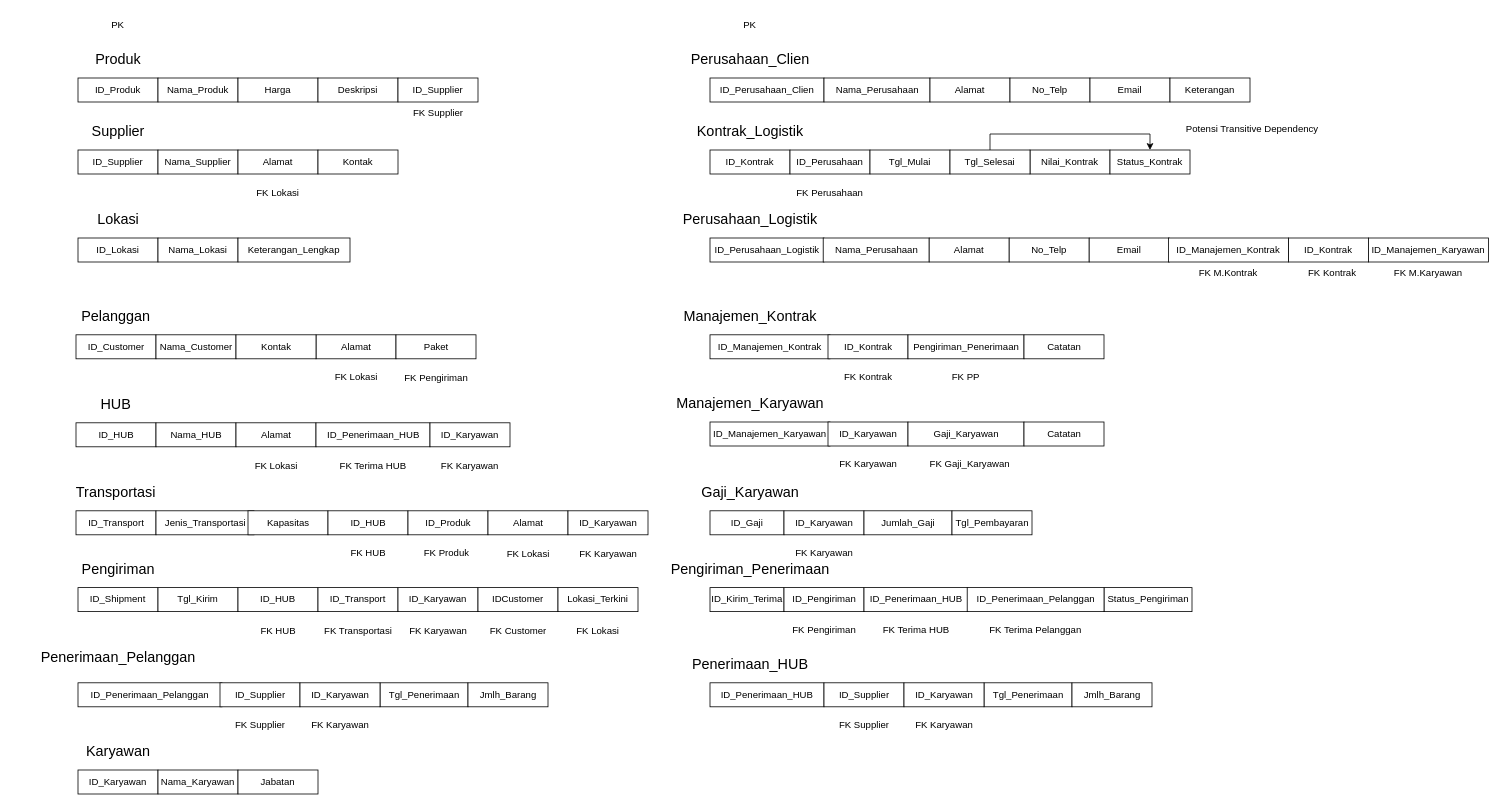
Earlier version of the draw.io diagram page "Schema Data Model" (2 of 11) of logistic-management-system.drawio (Firzh/semester-3). Source tidied: cells renumbered, new cells numbered last; positions are measured from the earlier drawing's top-left corner, leaving out a move shared by most shapes. Both pictures are drawn from the tidied source at 80%, with x=0, y=0 at pixel (14, 14).
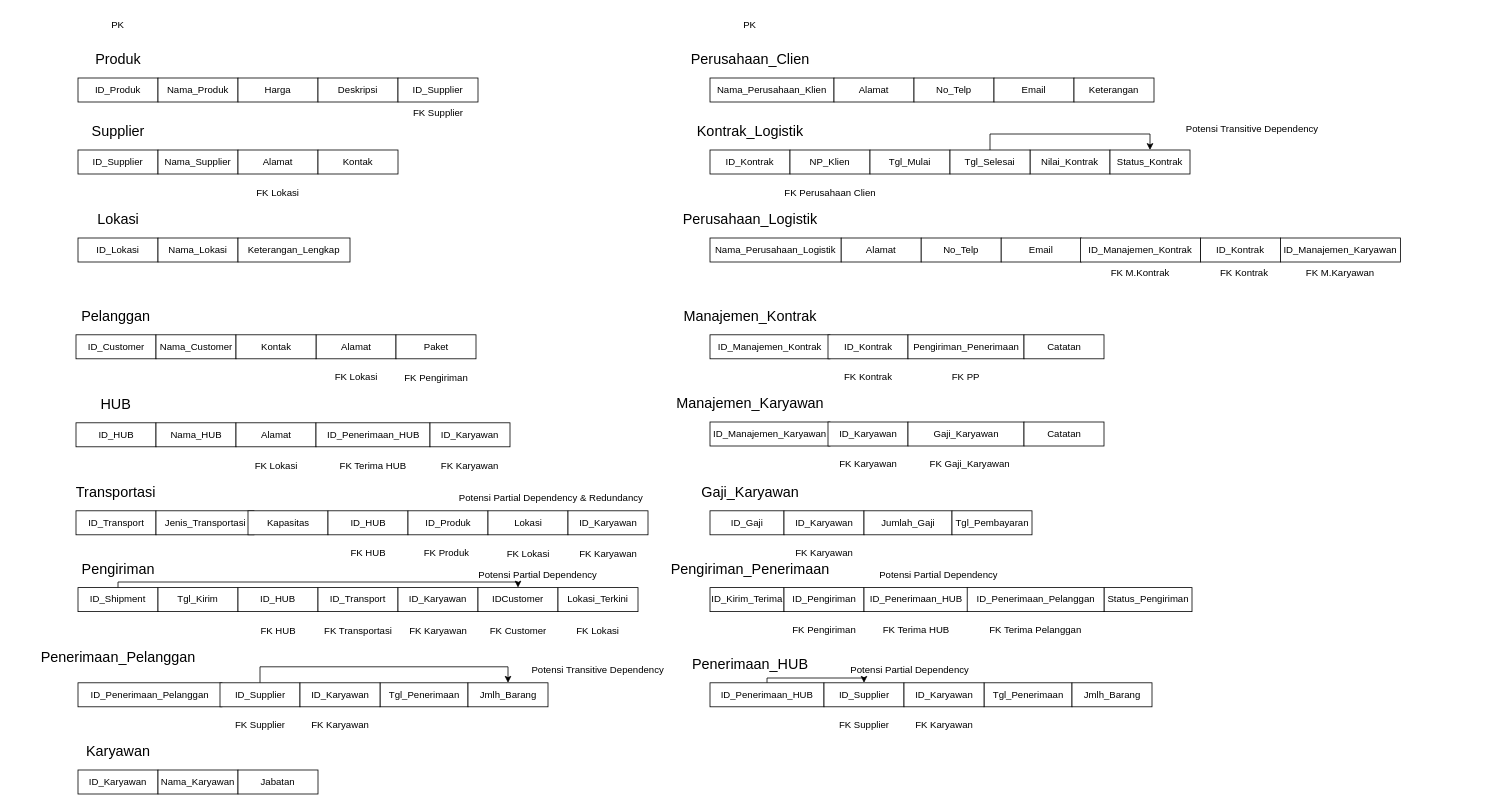
Above is the later version.

Unchanged cells that the change refers to:
```xml
<mxCell id="29" value="ID_Shipment" style="whiteSpace=wrap;html=1;align=center;" parent="1" vertex="1">
  <mxGeometry x="80" y="717" width="100" height="30" as="geometry" />
</mxCell>
<mxCell id="37" value="IDCustomer" style="whiteSpace=wrap;html=1;align=center;" parent="1" vertex="1">
  <mxGeometry x="580" y="717" width="100" height="30" as="geometry" />
</mxCell>
<mxCell id="104" value="ID_Penerimaan_HUB" style="whiteSpace=wrap;html=1;align=center;" parent="1" vertex="1">
  <mxGeometry x="870" y="836" width="142.5" height="30" as="geometry" />
</mxCell>
<mxCell id="106" value="ID_Supplier" style="whiteSpace=wrap;html=1;align=center;" parent="1" vertex="1">
  <mxGeometry x="1012.5" y="836" width="100" height="30" as="geometry" />
</mxCell>
<mxCell id="135" value="ID_Supplier" style="whiteSpace=wrap;html=1;align=center;" parent="1" vertex="1">
  <mxGeometry x="257.5" y="836" width="100" height="30" as="geometry" />
</mxCell>
<mxCell id="138" value="Jmlh_Barang" style="whiteSpace=wrap;html=1;align=center;" parent="1" vertex="1">
  <mxGeometry x="567.5" y="836" width="100" height="30" as="geometry" />
</mxCell>
```

What changed in the source:
```diff
@@
+    <mxCell id="141" style="edgeStyle=orthogonalEdgeStyle;rounded=0;jettySize=auto;html=1;exitX=0.5;exitY=0;exitDx=0;exitDy=0;entryX=0.5;entryY=0;entryDx=0;entryDy=0;" parent="1" edge="1" source="29" target="37">
+      <mxGeometry relative="1" as="geometry">
+        <Array as="points">
+          <mxPoint x="130" y="710" />
+          <mxPoint x="630" y="710" />
+        </Array>
+      </mxGeometry>
+    </mxCell>
@@
-    <mxCell id="49" value="ID_Perusahaan_Clien" style="whiteSpace=wrap;html=1;align=center;" parent="1" vertex="1">
-      <mxGeometry x="870" y="80" width="142.5" height="30" as="geometry" />
-    </mxCell>
@@
-    <mxCell id="51" value="Nama_Perusahaan" style="whiteSpace=wrap;html=1;align=center;" parent="1" vertex="1">
-      <mxGeometry x="1012.5" y="80" width="132.5" height="30" as="geometry" />
+    <mxCell id="51" value="Nama_Perusahaan_Klien" style="whiteSpace=wrap;html=1;align=center;" parent="1" vertex="1">
+      <mxGeometry x="870" y="80" width="155" height="30" as="geometry" />
     </mxCell>
     <mxCell id="52" value="Alamat" style="whiteSpace=wrap;html=1;align=center;" parent="1" vertex="1">
-      <mxGeometry x="1145" y="80" width="100" height="30" as="geometry" />
+      <mxGeometry x="1025" y="80" width="100" height="30" as="geometry" />
     </mxCell>
     <mxCell id="53" value="No_Telp" style="whiteSpace=wrap;html=1;align=center;" parent="1" vertex="1">
-      <mxGeometry x="1245" y="80" width="100" height="30" as="geometry" />
+      <mxGeometry x="1125" y="80" width="100" height="30" as="geometry" />
     </mxCell>
@@
     <mxCell id="55" value="Email" style="whiteSpace=wrap;html=1;align=center;" parent="1" vertex="1">
-      <mxGeometry x="1345" y="80" width="100" height="30" as="geometry" />
+      <mxGeometry x="1225" y="80" width="100" height="30" as="geometry" />
     </mxCell>
     <mxCell id="56" value="Keterangan" style="whiteSpace=wrap;html=1;align=center;" parent="1" vertex="1">
-      <mxGeometry x="1445" y="80" width="100" height="30" as="geometry" />
+      <mxGeometry x="1325" y="80" width="100" height="30" as="geometry" />
     </mxCell>
@@
-    <mxCell id="59" value="ID_Perusahaan" style="whiteSpace=wrap;html=1;align=center;" parent="1" vertex="1">
+    <mxCell id="59" value="NP_Klien" style="whiteSpace=wrap;html=1;align=center;" parent="1" vertex="1">
       <mxGeometry x="970" y="170" width="100" height="30" as="geometry" />
     </mxCell>
@@
-    <mxCell id="62" value="FK Perusahaan" style="text;strokeColor=none;fillColor=none;spacingLeft=4;spacingRight=4;overflow=hidden;fontSize=12;whiteSpace=wrap;html=1;align=center;" parent="1" vertex="1">
-      <mxGeometry x="971.2" y="210" width="97.5" height="30" as="geometry" />
+    <mxCell id="62" value="FK Perusahaan Clien" style="text;strokeColor=none;fillColor=none;spacingLeft=4;spacingRight=4;overflow=hidden;fontSize=12;whiteSpace=wrap;html=1;align=center;" parent="1" vertex="1">
+      <mxGeometry x="950.6" y="210" width="138.8" height="30" as="geometry" />
     </mxCell>
@@
-    <mxCell id="67" value="ID_Perusahaan_Logistik" style="whiteSpace=wrap;html=1;align=center;" parent="1" vertex="1">
-      <mxGeometry x="870" y="280" width="142.5" height="30" as="geometry" />
-    </mxCell>
@@
-    <mxCell id="69" value="Nama_Perusahaan" style="whiteSpace=wrap;html=1;align=center;" parent="1" vertex="1">
-      <mxGeometry x="1011.5" y="280" width="132.5" height="30" as="geometry" />
+    <mxCell id="69" value="Nama_Perusahaan_Logistik" style="whiteSpace=wrap;html=1;align=center;" parent="1" vertex="1">
+      <mxGeometry x="870" y="280" width="164" height="30" as="geometry" />
     </mxCell>
     <mxCell id="70" value="Alamat" style="whiteSpace=wrap;html=1;align=center;" parent="1" vertex="1">
-      <mxGeometry x="1144" y="280" width="100" height="30" as="geometry" />
+      <mxGeometry x="1034" y="280" width="100" height="30" as="geometry" />
     </mxCell>
     <mxCell id="71" value="No_Telp" style="whiteSpace=wrap;html=1;align=center;" parent="1" vertex="1">
-      <mxGeometry x="1244" y="280" width="100" height="30" as="geometry" />
+      <mxGeometry x="1134" y="280" width="100" height="30" as="geometry" />
     </mxCell>
     <mxCell id="72" value="Email" style="whiteSpace=wrap;html=1;align=center;" parent="1" vertex="1">
-      <mxGeometry x="1344" y="280" width="100" height="30" as="geometry" />
+      <mxGeometry x="1234" y="280" width="100" height="30" as="geometry" />
     </mxCell>
@@
+    <mxCell id="142" style="edgeStyle=orthogonalEdgeStyle;rounded=0;jettySize=auto;html=1;exitX=0.5;exitY=0;exitDx=0;exitDy=0;entryX=0.5;entryY=0;entryDx=0;entryDy=0;" parent="1" edge="1" source="104" target="106">
+      <mxGeometry relative="1" as="geometry">
+        <Array as="points">
+          <mxPoint x="941" y="830" />
+          <mxPoint x="1063" y="830" />
+        </Array>
+      </mxGeometry>
+    </mxCell>
@@
     <mxCell id="112" value="ID_Kontrak" style="whiteSpace=wrap;html=1;align=center;" parent="1" vertex="1">
-      <mxGeometry x="1593" y="280" width="100" height="30" as="geometry" />
+      <mxGeometry x="1483" y="280" width="100" height="30" as="geometry" />
     </mxCell>
     <mxCell id="113" value="FK Kontrak" style="text;strokeColor=none;fillColor=none;spacingLeft=4;spacingRight=4;overflow=hidden;fontSize=12;whiteSpace=wrap;html=1;align=center;" parent="1" vertex="1">
-      <mxGeometry x="1599.2" y="310" width="97.5" height="30" as="geometry" />
+      <mxGeometry x="1489.2" y="310" width="97.5" height="30" as="geometry" />
     </mxCell>
     <mxCell id="114" value="ID_Manajemen_Kontrak" style="whiteSpace=wrap;html=1;align=center;" parent="1" vertex="1">
-      <mxGeometry x="1443" y="280" width="150" height="30" as="geometry" />
+      <mxGeometry x="1333" y="280" width="150" height="30" as="geometry" />
     </mxCell>
     <mxCell id="115" value="FK M.Kontrak" style="text;strokeColor=none;fillColor=none;spacingLeft=4;spacingRight=4;overflow=hidden;fontSize=12;whiteSpace=wrap;html=1;align=center;" parent="1" vertex="1">
-      <mxGeometry x="1453" y="310" width="130" height="30" as="geometry" />
+      <mxGeometry x="1343" y="310" width="130" height="30" as="geometry" />
     </mxCell>
     <mxCell id="116" value="ID_Manajemen_Karyawan" style="whiteSpace=wrap;html=1;align=center;" parent="1" vertex="1">
-      <mxGeometry x="1693" y="280" width="150" height="30" as="geometry" />
+      <mxGeometry x="1583" y="280" width="150" height="30" as="geometry" />
     </mxCell>
     <mxCell id="117" value="FK M.Karyawan" style="text;strokeColor=none;fillColor=none;spacingLeft=4;spacingRight=4;overflow=hidden;fontSize=12;whiteSpace=wrap;html=1;align=center;" parent="1" vertex="1">
-      <mxGeometry x="1703" y="310" width="130" height="30" as="geometry" />
+      <mxGeometry x="1593" y="310" width="130" height="30" as="geometry" />
     </mxCell>
@@
-    <mxCell id="128" value="Alamat" style="whiteSpace=wrap;html=1;align=center;" parent="1" vertex="1">
+    <mxCell id="128" value="Lokasi" style="whiteSpace=wrap;html=1;align=center;" parent="1" vertex="1">
       <mxGeometry x="592.5" y="621" width="100" height="30" as="geometry" />
     </mxCell>
@@
+    <mxCell id="143" style="edgeStyle=orthogonalEdgeStyle;rounded=0;jettySize=auto;html=1;entryX=0.5;entryY=0;entryDx=0;entryDy=0;exitX=0.5;exitY=0;exitDx=0;exitDy=0;" parent="1" edge="1" source="135" target="138">
+      <mxGeometry relative="1" as="geometry" />
+    </mxCell>
@@
+    <mxCell id="144" value="Potensi Transitive Dependency" style="text;strokeColor=none;fillColor=none;spacingLeft=4;spacingRight=4;overflow=hidden;fontSize=12;whiteSpace=wrap;html=1;align=center;" parent="1" vertex="1">
+      <mxGeometry x="635" y="806" width="190" height="30" as="geometry" />
+    </mxCell>
+    <mxCell id="145" value="Potensi Partial Dependency" style="text;strokeColor=none;fillColor=none;spacingLeft=4;spacingRight=4;overflow=hidden;fontSize=12;whiteSpace=wrap;html=1;align=center;" parent="1" vertex="1">
+      <mxGeometry x="560" y="687" width="190" height="30" as="geometry" />
+    </mxCell>
+    <mxCell id="146" value="Potensi Partial Dependency &amp;amp; Redundancy" style="text;strokeColor=none;fillColor=none;spacingLeft=4;spacingRight=4;overflow=hidden;fontSize=12;whiteSpace=wrap;html=1;align=center;" parent="1" vertex="1">
+      <mxGeometry x="550" y="591" width="242.5" height="30" as="geometry" />
+    </mxCell>
+    <mxCell id="147" value="Potensi Partial Dependency" style="text;strokeColor=none;fillColor=none;spacingLeft=4;spacingRight=4;overflow=hidden;fontSize=12;whiteSpace=wrap;html=1;align=center;" parent="1" vertex="1">
+      <mxGeometry x="1025" y="806" width="190" height="30" as="geometry" />
+    </mxCell>
+    <mxCell id="148" value="Potensi Partial Dependency" style="text;strokeColor=none;fillColor=none;spacingLeft=4;spacingRight=4;overflow=hidden;fontSize=12;whiteSpace=wrap;html=1;align=center;" parent="1" vertex="1">
+      <mxGeometry x="1061.2" y="687" width="190" height="30" as="geometry" />
+    </mxCell>
```
